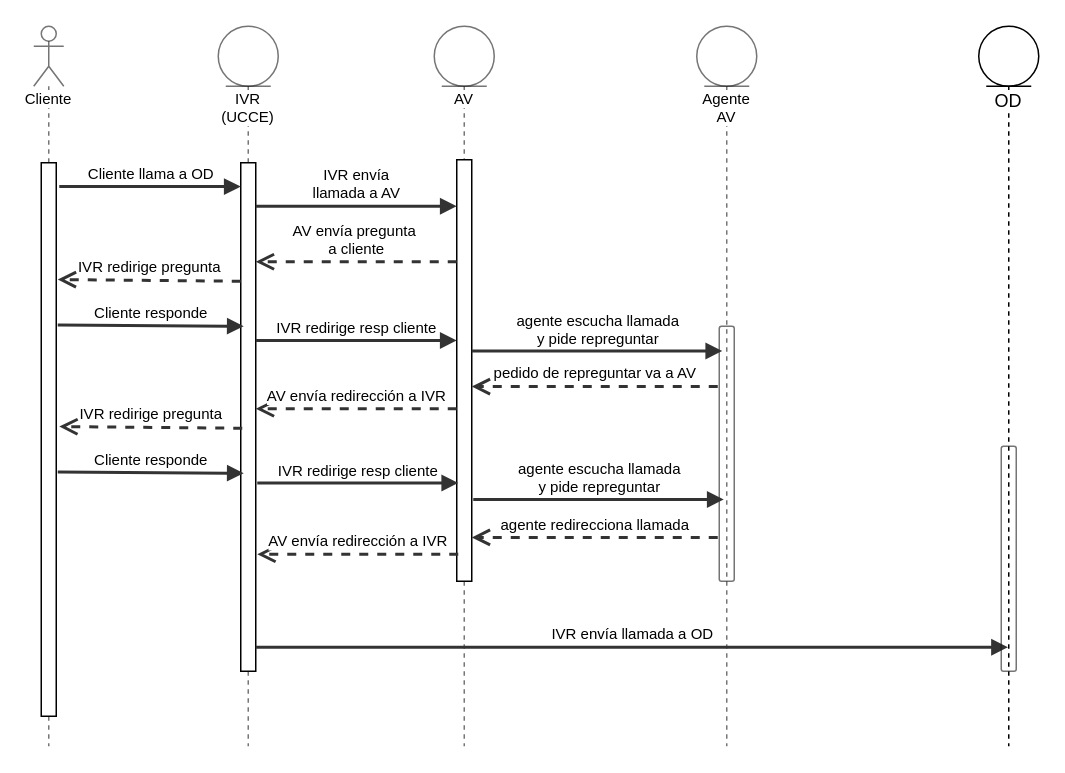
Above: page "Flujo AV Repreguntar" (4 of 5) of callcenter.drawio in xleyba/bank (draw.io), before the change. Source tidied: cells renumbered, new cells numbered last; positions are measured from the earlier drawing's top-left corner, leaving out a move shared by most shapes. Both pictures are drawn from the tidied source at 150%, with x=0, y=0 at pixel (33, 26).
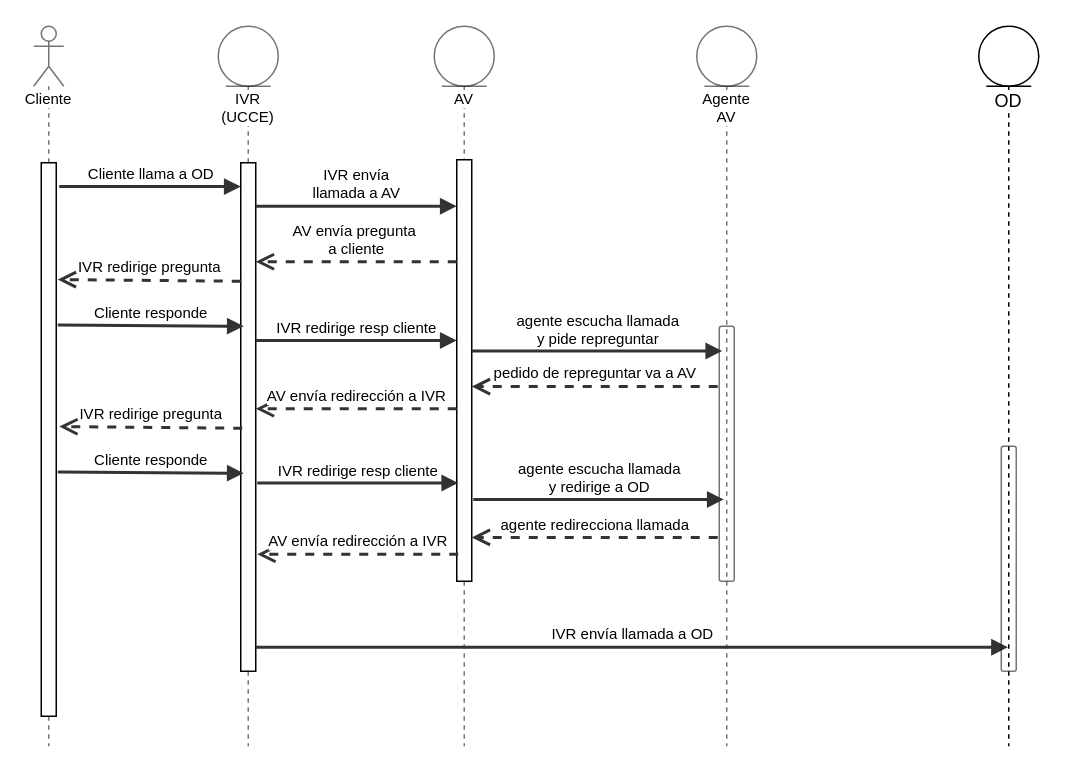
After the change.

Diff of the diagram source:
```diff
@@
-    <mxCell id="25" value="agente escucha llamada &lt;br&gt;y pide repreguntar" style="html=1;verticalAlign=bottom;endArrow=block;strokeColor=#333333;strokeWidth=2;fontSize=10;fontColor=#000000;" parent="1" edge="1">
+    <mxCell id="25" value="agente escucha llamada &lt;br&gt;y redirige a OD" style="html=1;verticalAlign=bottom;endArrow=block;strokeColor=#333333;strokeWidth=2;fontSize=10;fontColor=#000000;" parent="1" edge="1">
       <mxGeometry relative="1" as="geometry">
         <mxPoint x="293" y="315.5" as="sourcePoint" />
         <mxPoint x="460" y="315.5" as="targetPoint" />
       </mxGeometry>
     </mxCell>
```
